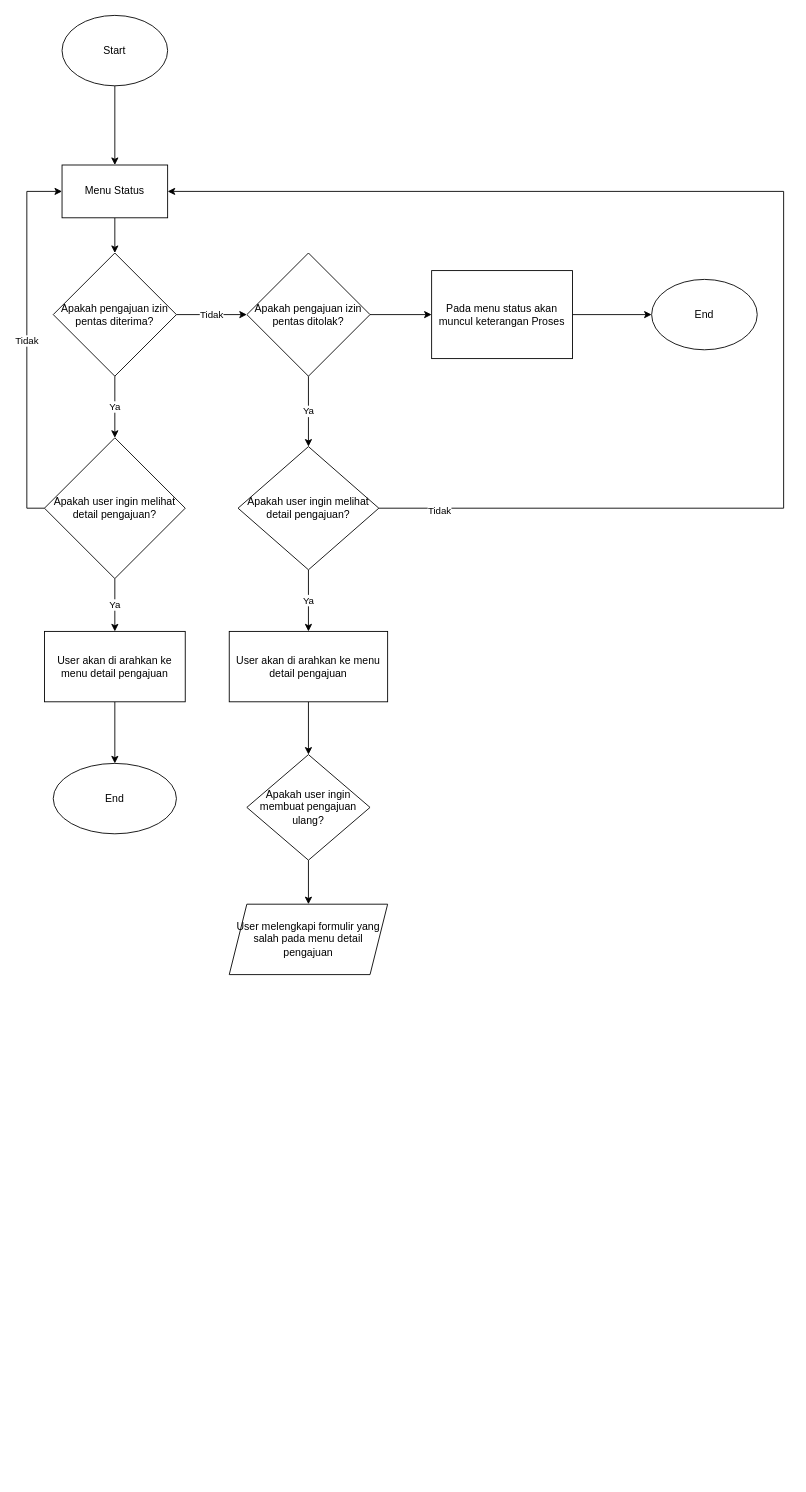
This is Diagram Tanpa Judul.drawio from SaiaFadil/Project_Semester_1, a draw.io file, before an edit. Source tidied: cells renumbered, new cells numbered last; positions are measured from the earlier drawing's top-left corner, leaving out a move shared by most shapes. Both pictures are drawn from the tidied source at 88%, with x=0, y=0 at pixel (44, 15).
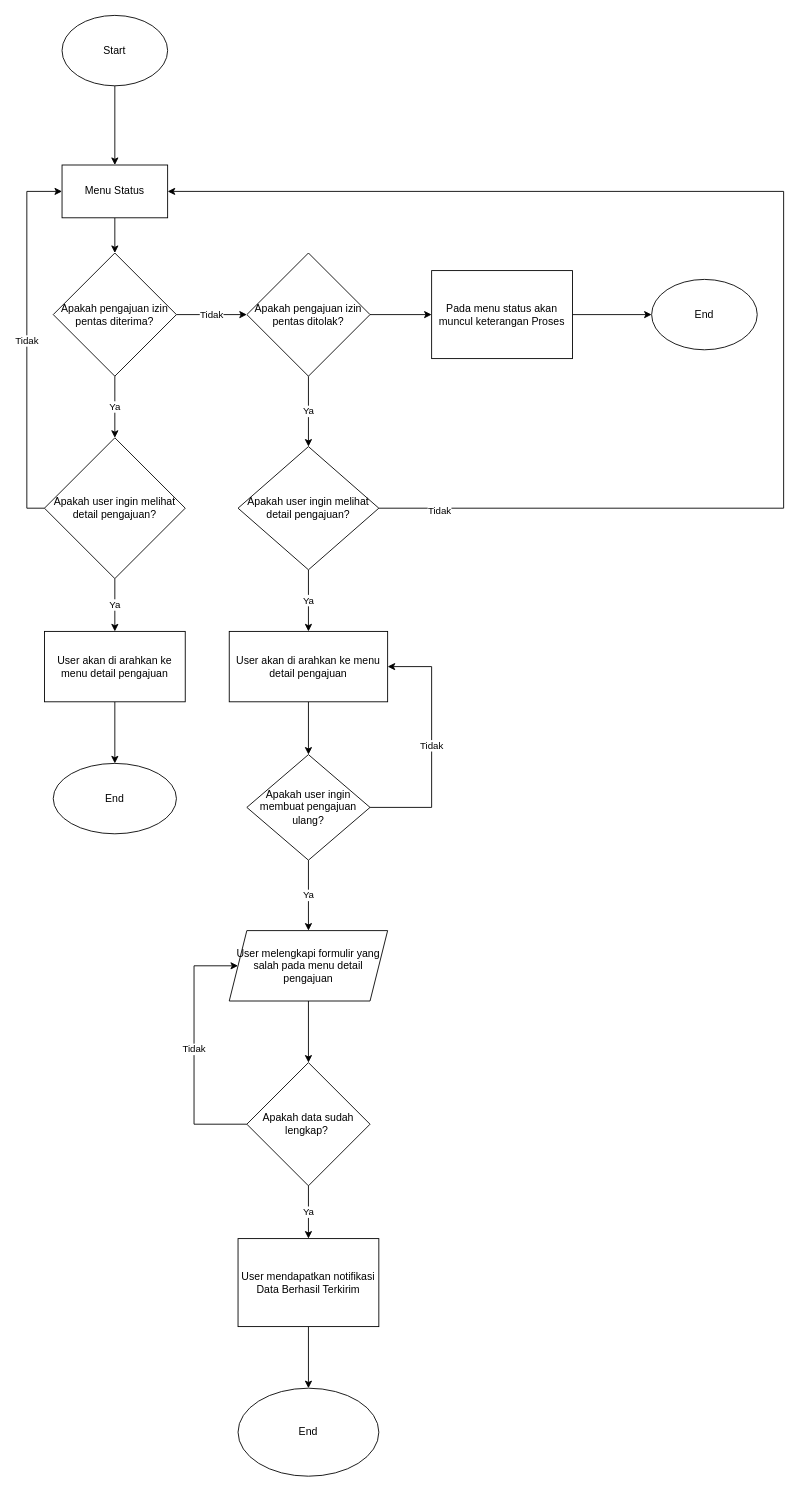
The same diagram, later.

Unchanged cells that the change refers to:
```xml
<mxCell id="26" value="User akan di arahkan ke menu detail pengajuan" style="whiteSpace=wrap;html=1;" parent="1" vertex="1">
  <mxGeometry x="210" y="700" width="180" height="80" as="geometry" />
</mxCell>
<mxCell id="28" value="Apakah user ingin membuat pengajuan ulang?" style="rhombus;whiteSpace=wrap;html=1;" parent="1" vertex="1">
  <mxGeometry x="230" y="840" width="140" height="120" as="geometry" />
</mxCell>
```

Diff of the diagram source:
```diff
@@
-    <mxCell id="27" style="edgeStyle=orthogonalEdgeStyle;rounded=0;jettySize=auto;html=1;" parent="1" edge="1" source="28" target="29">
+    <mxCell id="27" value="Ya" style="edgeStyle=orthogonalEdgeStyle;rounded=0;jettySize=auto;html=1;" parent="1" edge="1" source="28" target="29">
       <mxGeometry relative="1" as="geometry" />
     </mxCell>
+    <mxCell id="30" value="Tidak" style="edgeStyle=orthogonalEdgeStyle;rounded=0;jettySize=auto;html=1;entryX=1;entryY=0.5;entryDx=0;entryDy=0;" parent="1" edge="1" source="28" target="26">
+      <mxGeometry relative="1" as="geometry">
+        <Array as="points">
+          <mxPoint x="440" y="900" />
+          <mxPoint x="440" y="740" />
+        </Array>
+      </mxGeometry>
+    </mxCell>
@@
+    <mxCell id="31" style="edgeStyle=orthogonalEdgeStyle;rounded=0;jettySize=auto;html=1;" parent="1" edge="1" source="29" target="34">
+      <mxGeometry relative="1" as="geometry" />
+    </mxCell>
     <mxCell id="29" value="User melengkapi formulir yang salah pada menu detail pengajuan" style="shape=parallelogram;perimeter=parallelogramPerimeter;whiteSpace=wrap;html=1;fixedSize=1;" parent="1" vertex="1">
-      <mxGeometry x="210" y="1010" width="180" height="80" as="geometry" />
+      <mxGeometry x="210" y="1040" width="180" height="80" as="geometry" />
     </mxCell>
+    <mxCell id="32" value="Ya" style="edgeStyle=orthogonalEdgeStyle;rounded=0;jettySize=auto;html=1;" parent="1" edge="1" source="34" target="36">
+      <mxGeometry relative="1" as="geometry" />
+    </mxCell>
+    <mxCell id="33" value="Tidak" style="edgeStyle=orthogonalEdgeStyle;rounded=0;jettySize=auto;html=1;entryX=0;entryY=0.5;entryDx=0;entryDy=0;" parent="1" edge="1" source="34" target="29">
+      <mxGeometry relative="1" as="geometry">
+        <Array as="points">
+          <mxPoint x="170" y="1260" />
+          <mxPoint x="170" y="1080" />
+        </Array>
+      </mxGeometry>
+    </mxCell>
+    <mxCell id="34" value="Apakah data sudah lengkap?&amp;nbsp;" style="rhombus;whiteSpace=wrap;html=1;" parent="1" vertex="1">
+      <mxGeometry x="230" y="1190" width="140" height="140" as="geometry" />
+    </mxCell>
+    <mxCell id="35" style="edgeStyle=orthogonalEdgeStyle;rounded=0;jettySize=auto;html=1;" parent="1" edge="1" source="36" target="37">
+      <mxGeometry relative="1" as="geometry" />
+    </mxCell>
+    <mxCell id="36" value="User mendapatkan notifikasi Data Berhasil Terkirim" style="whiteSpace=wrap;html=1;" parent="1" vertex="1">
+      <mxGeometry x="220" y="1390" width="160" height="100" as="geometry" />
+    </mxCell>
+    <mxCell id="37" value="End" style="ellipse;whiteSpace=wrap;html=1;" parent="1" vertex="1">
+      <mxGeometry x="220" y="1560" width="160" height="100" as="geometry" />
+    </mxCell>
```
